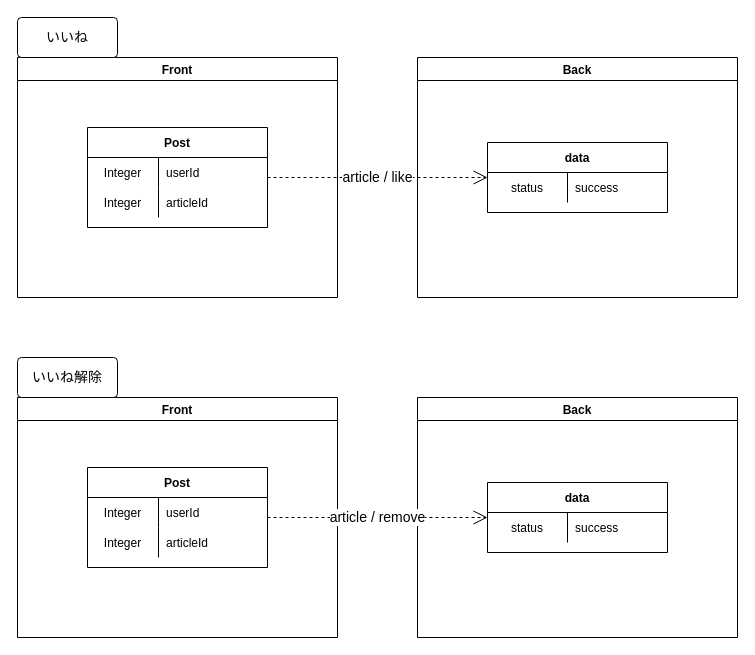
This is page "Like機能" (9 of 15) of Designs/基本設計.drawio from yusuke-rakus/Qiish, a draw.io file, before an edit. Source tidied: cells renumbered, new cells numbered last; positions are measured from the earlier drawing's top-left corner, leaving out a move shared by most shapes. Both pictures are drawn from the tidied source at 100%, with x=0, y=0 at pixel (17, 17).
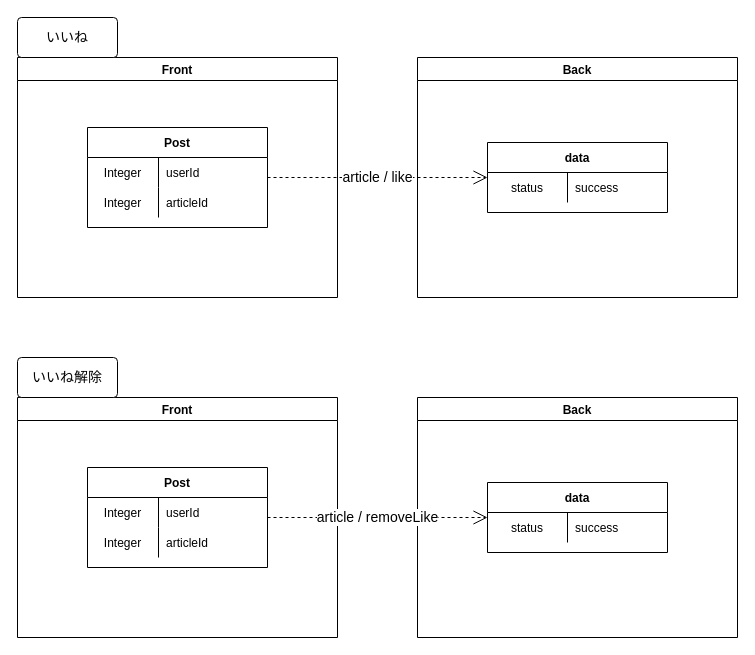
The same page after the edit.

Commit message:
基本設計の修正

The change refers to these unchanged cells:
```xml
<mxCell id="17" value="Post" style="shape=table;startSize=30;childLayout=tableLayout;rowLines=0;fontStyle=1;align=center;" parent="16" vertex="1">
  <mxGeometry x="70" y="70" width="180" height="100" as="geometry" />
</mxCell>
<mxCell id="25" value="data" style="shape=table;startSize=30;childLayout=tableLayout;rowLines=0;fontStyle=1;align=center;" parent="24" vertex="1">
  <mxGeometry x="70" y="85" width="180" height="70" as="geometry" />
</mxCell>
```

The edit, as a diff of the source:
```diff
@@
-    <mxCell id="29" value="&lt;font style=&quot;font-size: 14px&quot;&gt;article / remove&lt;br&gt;&lt;/font&gt;" style="endArrow=open;endSize=12;dashed=1;html=1;" parent="1" edge="1" source="17" target="25">
+    <mxCell id="29" value="&lt;font style=&quot;font-size: 14px&quot;&gt;article / removeLike&lt;br&gt;&lt;/font&gt;" style="endArrow=open;endSize=12;dashed=1;html=1;" parent="1" edge="1" source="17" target="25">
       <mxGeometry relative="1" as="geometry" />
     </mxCell>
```
